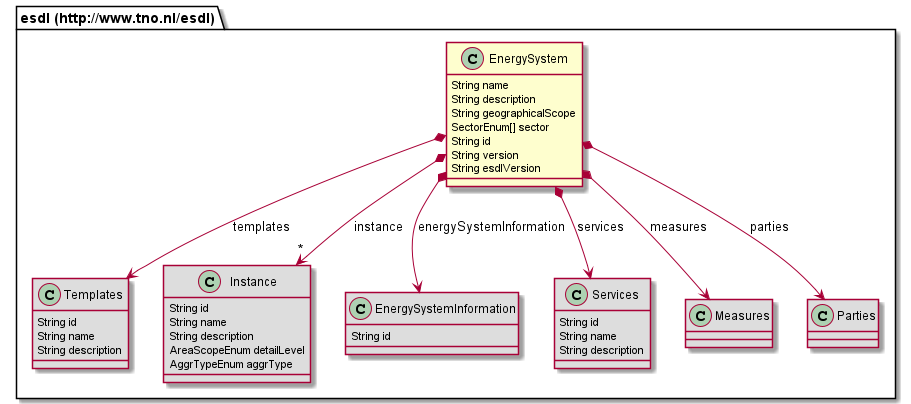
Before: 687474703a2f2f7777772e746e6f2e6e6c2f6573646c/EnergySystem.png, a diagram exported from PlantUML (EnergyTransition/energytransition.github.io).
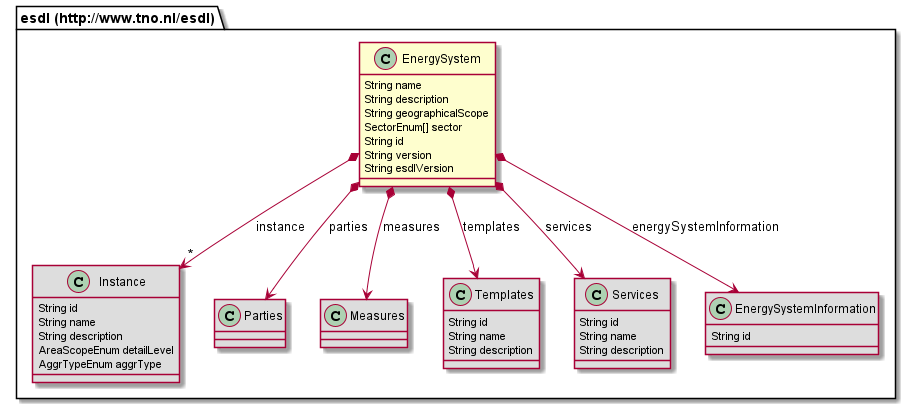
The same file after the commit.

Change to the diagram source:
```diff
@@ -8,11 +8,6 @@
 	String version
 	String esdlVersion
 }
-class "esdl (http://www.tno.nl/esdl).Templates" [[#router/doc-content/687474703a2f2f7777772e746e6f2e6e6c2f6573646c/Templates.html{Collection of templates, e.g. asset templates.}]] #DDDDDD {
-	String id
-	String name
-	String description
-}
 class "esdl (http://www.tno.nl/esdl).Instance" [[#router/doc-content/687474703a2f2f7777772e746e6f2e6e6c2f6573646c/Instance.html{Instances are used to represent different representations of the same EnergySystem. }]] #DDDDDD {
 	String id
 	String name
@@ -20,17 +15,22 @@
 	AreaScopeEnum detailLevel
 	AggrTypeEnum aggrType
 }
-class "esdl (http://www.tno.nl/esdl).EnergySystemInformation" [[#router/doc-content/687474703a2f2f7777772e746e6f2e6e6c2f6573646c/EnergySystemInformation.html{Describes reusable information of the energy system, that other classes can refer to in this energy system, such as carriers, profiles, data sources, quantity and units.}]] #DDDDDD {
+class "esdl (http://www.tno.nl/esdl).Parties" [[#router/doc-content/687474703a2f2f7777772e746e6f2e6e6c2f6573646c/Parties.html{Container for parties that have a role in the energy system}]] #DDDDDD {
+}
+class "esdl (http://www.tno.nl/esdl).Measures" [[#router/doc-content/687474703a2f2f7777772e746e6f2e6e6c2f6573646c/Measures.html{Collection of measures that can be applied to an energy system}]] #DDDDDD {
+}
+class "esdl (http://www.tno.nl/esdl).Templates" [[#router/doc-content/687474703a2f2f7777772e746e6f2e6e6c2f6573646c/Templates.html{Collection of templates, e.g. asset templates.}]] #DDDDDD {
 	String id
+	String name
+	String description
 }
 class "esdl (http://www.tno.nl/esdl).Services" [[#router/doc-content/687474703a2f2f7777772e746e6f2e6e6c2f6573646c/Services.html{Defines a collection of logical services used in the energy system, e.g. Demand-Response, Aggregator services, Energy markets and control strategies.}]] #DDDDDD {
 	String id
 	String name
 	String description
 }
-class "esdl (http://www.tno.nl/esdl).Measures" [[#router/doc-content/687474703a2f2f7777772e746e6f2e6e6c2f6573646c/Measures.html{Collection of measures that can be applied to an energy system}]] #DDDDDD {
-}
-class "esdl (http://www.tno.nl/esdl).Parties" [[#router/doc-content/687474703a2f2f7777772e746e6f2e6e6c2f6573646c/Parties.html{Container for parties that have a role in the energy system}]] #DDDDDD {
+class "esdl (http://www.tno.nl/esdl).EnergySystemInformation" [[#router/doc-content/687474703a2f2f7777772e746e6f2e6e6c2f6573646c/EnergySystemInformation.html{Describes reusable information of the energy system, that other classes can refer to in this energy system, such as carriers, profiles, data sources, quantity and units.}]] #DDDDDD {
+	String id
 }
 "esdl (http://www.tno.nl/esdl).EnergySystem" *--> "esdl (http://www.tno.nl/esdl).Measures" : measures
 "esdl (http://www.tno.nl/esdl).EnergySystem" *--> "*" "esdl (http://www.tno.nl/esdl).Instance" : instance
```
